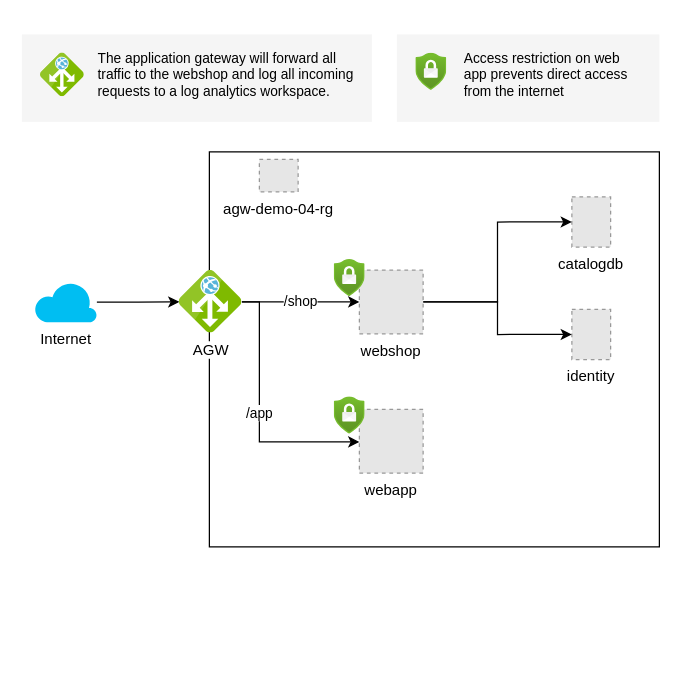
This is scenario-05/scenario-05.drawio from bbtsoftware/agw-demo, a draw.io file, before an edit. Source tidied: cells renumbered, new cells numbered last; positions are measured from the earlier drawing's top-left corner, leaving out a move shared by most shapes. Both pictures are drawn from the tidied source at 125%, with x=0, y=0 at pixel (21, 34). Pictures stored in the file or linked from it are replaced by grey dashed boxes.
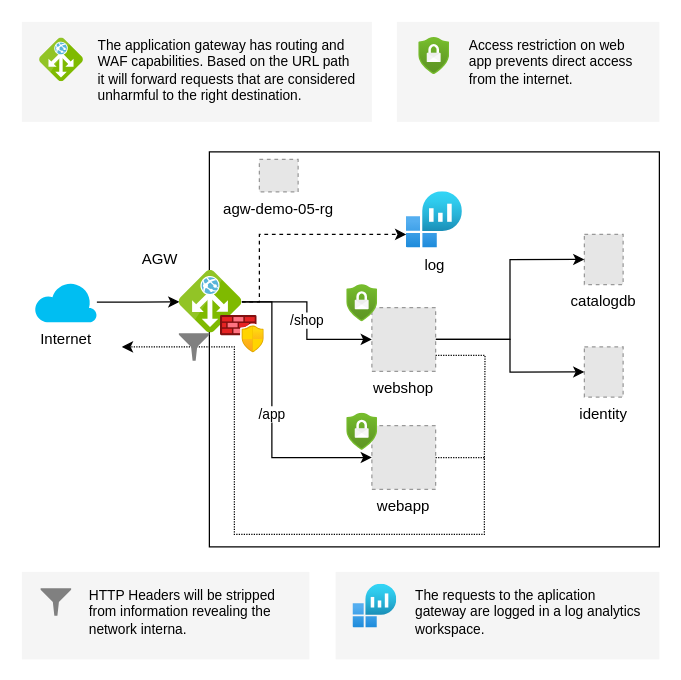
The same page after the edit.

What changed in the source:
```diff
@@
     <mxCell id="2" style="rounded=0;whiteSpace=wrap;html=1;fontSize=11;fontColor=#333333;strokeColor=none;fillColor=#f5f5f5;" parent="1" vertex="1">
-      <mxGeometry x="300" width="210" height="70" as="geometry" />
+      <mxGeometry x="300" y="-10" width="210" height="80" as="geometry" />
     </mxCell>
@@
-    <mxCell id="6" value="agw-demo-04-rg" style="fillColor=#E6E6E6;strokeColor=#999999;dashed=1;verticalLabelPosition=bottom;labelBackgroundColor=#ffffff;verticalAlign=top;" parent="1" vertex="1">
+    <mxCell id="6" value="agw-demo-05-rg" style="fillColor=#E6E6E6;strokeColor=#999999;dashed=1;verticalLabelPosition=bottom;labelBackgroundColor=#ffffff;verticalAlign=top;" parent="1" vertex="1">
       <mxGeometry x="190" y="100" width="31" height="26" as="geometry" />
     </mxCell>
     <mxCell id="7" value="catalogdb" style="fillColor=#E6E6E6;strokeColor=#999999;dashed=1;verticalLabelPosition=bottom;labelBackgroundColor=#ffffff;verticalAlign=top;" parent="1" vertex="1">
-      <mxGeometry x="440" y="130" width="31" height="40.1" as="geometry" />
+      <mxGeometry x="450" y="160" width="31" height="40.1" as="geometry" />
     </mxCell>
     <mxCell id="8" value="identity" style="fillColor=#E6E6E6;strokeColor=#999999;dashed=1;verticalLabelPosition=bottom;labelBackgroundColor=#ffffff;verticalAlign=top;" parent="1" vertex="1">
-      <mxGeometry x="440" y="220" width="31" height="40.1" as="geometry" />
+      <mxGeometry x="450" y="250" width="31" height="40.1" as="geometry" />
     </mxCell>
@@
     <mxCell id="11" value="webshop" style="fillColor=#E6E6E6;strokeColor=#999999;dashed=1;verticalLabelPosition=bottom;labelBackgroundColor=#ffffff;verticalAlign=top;" parent="1" vertex="1">
-      <mxGeometry x="270" y="188.5" width="51" height="51" as="geometry" />
+      <mxGeometry x="280" y="218.5" width="51" height="51" as="geometry" />
     </mxCell>
-    <mxCell id="12" value="AGW" style="sketch=0;html=1;points=[];align=center;image;fontSize=12;image=img/lib/mscae/Application_Gateway.svg;" parent="1" vertex="1">
+    <mxCell id="12" value="AGW" style="sketch=0;html=1;points=[];align=right;image;fontSize=12;image=img/lib/mscae/Application_Gateway.svg;labelPosition=left;verticalLabelPosition=top;verticalAlign=bottom;" parent="1" vertex="1">
       <mxGeometry x="126" y="189" width="50" height="50" as="geometry" />
     </mxCell>
-    <mxCell id="13" value="/shop" style="endArrow=classic;html=1;rounded=0;" parent="1" edge="1" source="12" target="11">
+    <mxCell id="13" value="/shop" style="endArrow=classic;html=1;rounded=0;edgeStyle=orthogonalEdgeStyle;" parent="1" edge="1" source="12" target="11">
       <mxGeometry relative="1" as="geometry" />
     </mxCell>
     <mxCell id="14" style="html=1;align=center;image;fontSize=12;image=img/lib/azure2/security/Security_Center.svg;fontColor=#FF3333;" parent="1" vertex="1">
-      <mxGeometry x="250" y="180" width="24.7" height="30" as="geometry" />
+      <mxGeometry x="260" y="200.2" width="24.7" height="30" as="geometry" />
     </mxCell>
-    <mxCell id="15" value="&lt;div style=&quot;font-size: 11px;&quot;&gt;&lt;br style=&quot;font-size: 11px;&quot;&gt;&lt;/div&gt;&lt;div style=&quot;font-size: 11px;&quot;&gt;Access restriction on web app prevents direct access from the internet&lt;br style=&quot;font-size: 11px;&quot;&gt;&lt;/div&gt;" style="text;html=1;strokeColor=none;fillColor=none;spacing=5;spacingTop=-20;whiteSpace=wrap;overflow=hidden;rounded=0;fontColor=#000000;fontSize=11;" parent="1" vertex="1">
-      <mxGeometry x="349.3" y="10" width="148.3" height="50" as="geometry" />
+    <mxCell id="15" value="&lt;div style=&quot;font-size: 11px;&quot;&gt;&lt;br style=&quot;font-size: 11px;&quot;&gt;&lt;/div&gt;&lt;div style=&quot;font-size: 11px;&quot;&gt;Access restriction on web app prevents direct access from the internet.&lt;br style=&quot;font-size: 11px;&quot;&gt;&lt;/div&gt;" style="text;html=1;strokeColor=none;fillColor=none;spacing=5;spacingTop=-20;whiteSpace=wrap;overflow=hidden;rounded=0;fontColor=#000000;fontSize=11;" parent="1" vertex="1">
+      <mxGeometry x="352.5" width="148.3" height="50" as="geometry" />
     </mxCell>
     <mxCell id="16" style="html=1;align=center;image;fontSize=12;image=img/lib/azure2/security/Security_Center.svg;fontColor=#FF3333;" parent="1" vertex="1">
-      <mxGeometry x="315.3" y="15" width="24.7" height="30" as="geometry" />
+      <mxGeometry x="317.6" y="2.5" width="24.7" height="30" as="geometry" />
     </mxCell>
     <mxCell id="17" style="rounded=0;whiteSpace=wrap;html=1;fontSize=11;fontColor=#333333;strokeColor=none;fillColor=#f5f5f5;" parent="1" vertex="1">
-      <mxGeometry width="280" height="70" as="geometry" />
+      <mxGeometry y="-10" width="280" height="80" as="geometry" />
     </mxCell>
     <mxCell id="18" style="sketch=0;html=1;align=center;image;fontSize=12;image=img/lib/mscae/Application_Gateway.svg;" parent="1" vertex="1">
-      <mxGeometry x="15" y="15" width="35" height="35" as="geometry" />
+      <mxGeometry x="14.3" y="3" width="35" height="35" as="geometry" />
     </mxCell>
-    <mxCell id="19" value="&lt;br&gt;The application gateway will forward all traffic to the webshop and log all incoming requests to a log analytics workspace." style="text;html=1;strokeColor=none;fillColor=none;spacing=5;spacingTop=-20;whiteSpace=wrap;overflow=hidden;rounded=0;fontColor=#000000;fontSize=11;" parent="1" vertex="1">
-      <mxGeometry x="56.4" y="10" width="218.3" height="50" as="geometry" />
+    <mxCell id="19" value="&lt;br&gt;The application gateway has routing and WAF capabilities. Based on the URL path it will forward requests that are considered unharmful to the right destination." style="text;html=1;strokeColor=none;fillColor=none;spacing=5;spacingTop=-20;whiteSpace=wrap;overflow=hidden;rounded=0;fontColor=#000000;fontSize=11;" parent="1" vertex="1">
+      <mxGeometry x="56.4" width="218.3" height="60" as="geometry" />
     </mxCell>
     <mxCell id="20" value="webapp" style="fillColor=#E6E6E6;strokeColor=#999999;dashed=1;verticalLabelPosition=bottom;labelBackgroundColor=#ffffff;verticalAlign=top;" parent="1" vertex="1">
-      <mxGeometry x="270" y="300" width="51" height="51" as="geometry" />
+      <mxGeometry x="280" y="313" width="51" height="51" as="geometry" />
     </mxCell>
     <mxCell id="21" style="html=1;align=center;image;fontSize=12;image=img/lib/azure2/security/Security_Center.svg;fontColor=#FF3333;" parent="1" vertex="1">
-      <mxGeometry x="250" y="290" width="24.7" height="30" as="geometry" />
+      <mxGeometry x="260" y="303" width="24.7" height="30" as="geometry" />
     </mxCell>
-    <mxCell id="22" value="/app" style="endArrow=classic;html=1;rounded=0;edgeStyle=orthogonalEdgeStyle;" parent="1" edge="1" source="12" target="20">
+    <mxCell id="22" value="/app" style="endArrow=classic;html=1;rounded=0;edgeStyle=orthogonalEdgeStyle;entryX=0;entryY=0.5;entryDx=0;entryDy=0;" parent="1" edge="1" source="12" target="20">
       <mxGeometry relative="1" as="geometry">
         <Array as="points">
-          <mxPoint x="190" y="214" />
-          <mxPoint x="190" y="326" />
+          <mxPoint x="200" y="214" />
+          <mxPoint x="200" y="338" />
         </Array>
       </mxGeometry>
     </mxCell>
+    <mxCell id="23" style="html=1;align=center;image;fontSize=12;image=img/lib/azure2/networking/Azure_Firewall_Manager.svg;" parent="1" vertex="1">
+      <mxGeometry x="159" y="225" width="35" height="30" as="geometry" />
+    </mxCell>
+    <mxCell id="24" style="endArrow=classic;html=1;rounded=0;exitX=1;exitY=0.5;exitDx=0;exitDy=0;edgeStyle=orthogonalEdgeStyle;dashed=1;dashPattern=1 1;" parent="1" edge="1" source="20">
+      <mxGeometry relative="1" as="geometry">
+        <mxPoint x="80" y="250" as="targetPoint" />
+        <Array as="points">
+          <mxPoint x="370" y="339" />
+          <mxPoint x="370" y="400" />
+          <mxPoint x="170" y="400" />
+          <mxPoint x="170" y="250" />
+        </Array>
+      </mxGeometry>
+    </mxCell>
+    <mxCell id="25" style="endArrow=none;html=1;rounded=0;exitX=1;exitY=0.75;exitDx=0;exitDy=0;edgeStyle=orthogonalEdgeStyle;dashed=1;dashPattern=1 1;endFill=0;" parent="1" edge="1" source="11">
+      <mxGeometry relative="1" as="geometry">
+        <mxPoint x="370" y="340" as="targetPoint" />
+      </mxGeometry>
+    </mxCell>
+    <mxCell id="26" style="sketch=0;shadow=0;dashed=0;html=1;strokeColor=none;labelPosition=center;verticalLabelPosition=bottom;verticalAlign=top;align=center;fillColor=#808080;shape=mxgraph.mscae.enterprise.filter;" parent="1" vertex="1">
+      <mxGeometry x="125.6" y="239" width="24.4" height="22" as="geometry" />
+    </mxCell>
+    <mxCell id="27" value="log" style="html=1;points=[];align=center;image;fontSize=12;image=img/lib/azure2/analytics/Log_Analytics_Workspaces.svg;fillColor=#808080;" parent="1" vertex="1">
+      <mxGeometry x="307.5" y="126" width="45" height="45" as="geometry" />
+    </mxCell>
+    <mxCell id="28" style="endArrow=classic;html=1;rounded=0;edgeStyle=orthogonalEdgeStyle;dashed=1;" parent="1" edge="1" source="12" target="27">
+      <mxGeometry relative="1" as="geometry">
+        <Array as="points">
+          <mxPoint x="190" y="214" />
+          <mxPoint x="190" y="160" />
+        </Array>
+      </mxGeometry>
+    </mxCell>
+    <mxCell id="29" style="rounded=0;whiteSpace=wrap;html=1;fontSize=11;fontColor=#333333;strokeColor=none;fillColor=#f5f5f5;" parent="1" vertex="1">
+      <mxGeometry y="430" width="230" height="70" as="geometry" />
+    </mxCell>
+    <mxCell id="30" value="&lt;div style=&quot;font-size: 11px;&quot;&gt;&lt;br style=&quot;font-size: 11px;&quot;&gt;&lt;/div&gt;&lt;div style=&quot;font-size: 11px;&quot;&gt;HTTP Headers will be stripped from information revealing the network interna.&lt;br style=&quot;font-size: 11px;&quot;&gt;&lt;/div&gt;" style="text;html=1;strokeColor=none;fillColor=none;spacing=5;spacingTop=-20;whiteSpace=wrap;overflow=hidden;rounded=0;fontColor=#000000;fontSize=11;" parent="1" vertex="1">
+      <mxGeometry x="49.3" y="440" width="160.7" height="50" as="geometry" />
+    </mxCell>
+    <mxCell id="31" style="sketch=0;shadow=0;dashed=0;html=1;strokeColor=none;labelPosition=center;verticalLabelPosition=bottom;verticalAlign=top;align=center;fillColor=#808080;shape=mxgraph.mscae.enterprise.filter;" parent="1" vertex="1">
+      <mxGeometry x="15" y="443" width="24.4" height="22" as="geometry" />
+    </mxCell>
+    <mxCell id="32" style="rounded=0;whiteSpace=wrap;html=1;fontSize=11;fontColor=#333333;strokeColor=none;fillColor=#f5f5f5;" parent="1" vertex="1">
+      <mxGeometry x="251" y="430" width="259" height="70" as="geometry" />
+    </mxCell>
+    <mxCell id="33" value="&lt;div style=&quot;font-size: 11px;&quot;&gt;&lt;br style=&quot;font-size: 11px;&quot;&gt;&lt;/div&gt;&lt;div style=&quot;font-size: 11px;&quot;&gt;The requests to the aplication gateway are logged in a log analytics workspace.&lt;br style=&quot;font-size: 11px;&quot;&gt;&lt;/div&gt;" style="text;html=1;strokeColor=none;fillColor=none;spacing=5;spacingTop=-20;whiteSpace=wrap;overflow=hidden;rounded=0;fontColor=#000000;fontSize=11;" parent="1" vertex="1">
+      <mxGeometry x="310" y="440" width="190" height="50" as="geometry" />
+    </mxCell>
+    <mxCell id="34" style="html=1;align=center;image;fontSize=12;image=img/lib/azure2/analytics/Log_Analytics_Workspaces.svg;fillColor=#808080;" parent="1" vertex="1">
+      <mxGeometry x="265" y="440" width="35" height="35" as="geometry" />
+    </mxCell>
```
